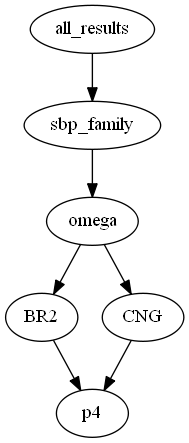
Earlier version of the Graphviz export visual/all_results_2d.dot.png (zolargwrk/PySBP). Its source is kept beside it as visual/all_results_2d.dot.
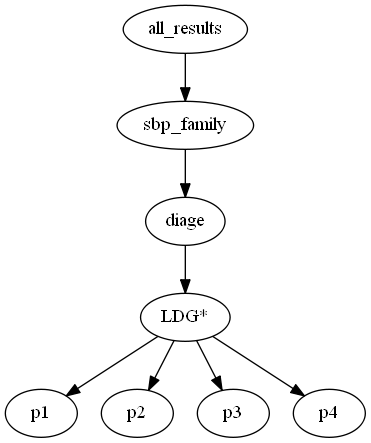
After the commit.

The edit, as a diff of the source:
```diff
@@ -1,15 +1,17 @@
 digraph tree {
     "all_results";
     "sbp_family";
-    "omega";
-    "BR2";
-    "p4";
-    "CNG";
+    "diage";
+    "LDG*";
+    "p1";
+    "p2";
+    "p3";
     "p4";
     "all_results" -> "sbp_family";
-    "sbp_family" -> "omega";
-    "omega" -> "BR2";
-    "omega" -> "CNG";
-    "BR2" -> "p4";
-    "CNG" -> "p4";
+    "sbp_family" -> "diage";
+    "diage" -> "LDG*";
+    "LDG*" -> "p1";
+    "LDG*" -> "p2";
+    "LDG*" -> "p3";
+    "LDG*" -> "p4";
 }
```
